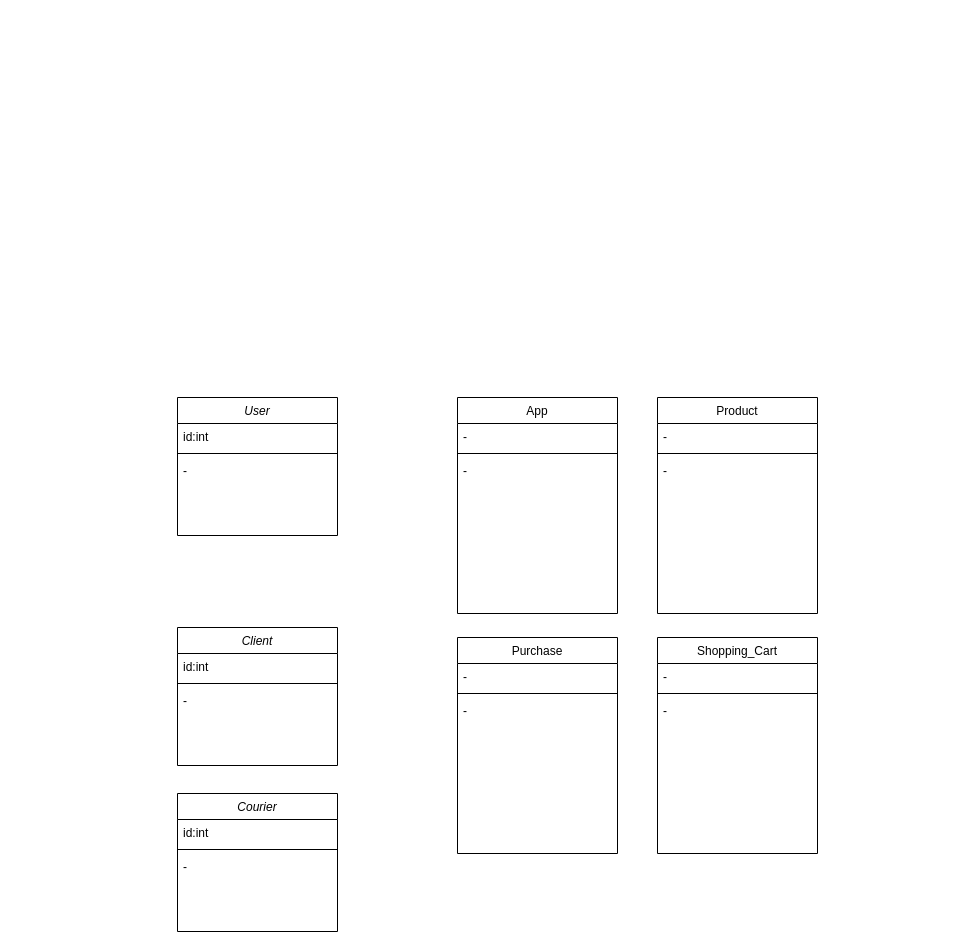
Earlier version of the draw.io diagram class_diagram_delivery_service.drawio (MstislavRomanovski/ProgramIngeneering). Source tidied: cells renumbered, new cells numbered last; positions are measured from the earlier drawing's top-left corner, leaving out a move shared by most shapes. Both pictures are drawn from the tidied source at 100%, with x=0, y=0 at pixel (177, 397).
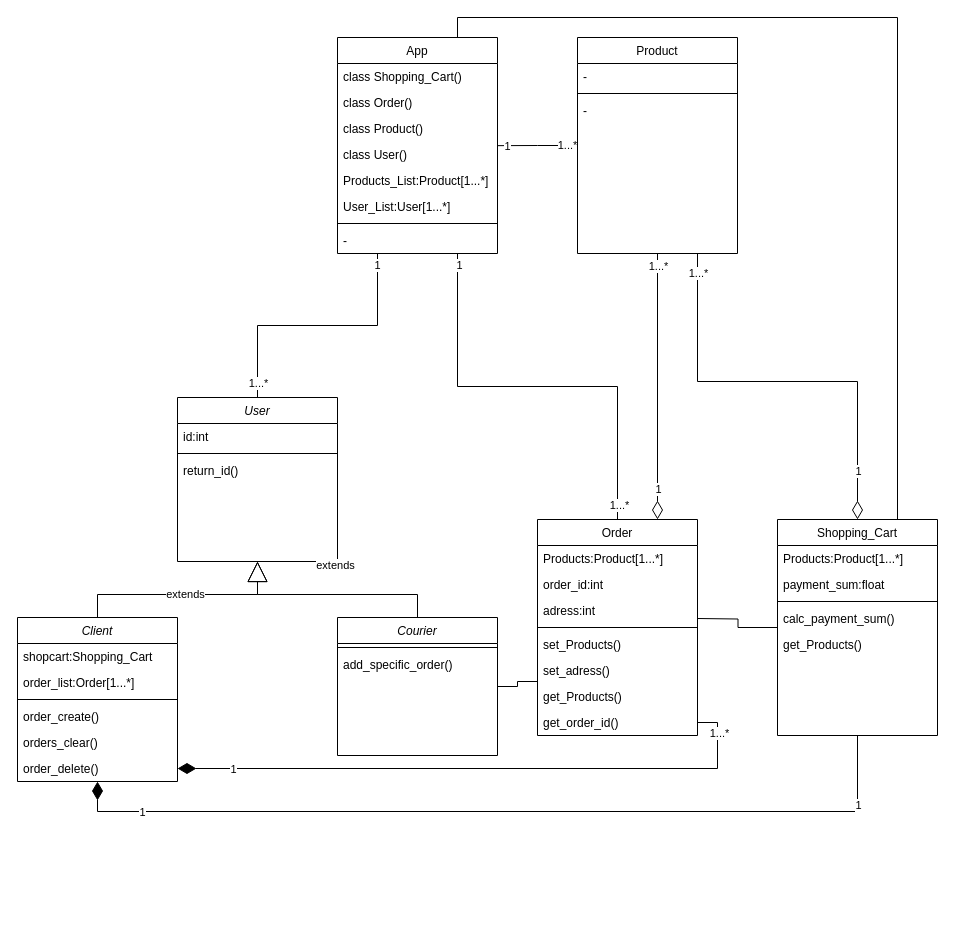
The same diagram, later.

What changed in the source:
```diff
@@
+    <mxCell id="30" style="edgeStyle=orthogonalEdgeStyle;rounded=0;jettySize=auto;html=1;exitX=0.5;exitY=0;exitDx=0;exitDy=0;entryX=0.25;entryY=1;entryDx=0;entryDy=0;endArrow=none;endFill=0;endSize=16;" parent="1" edge="1" source="2" target="6">
+      <mxGeometry relative="1" as="geometry" />
+    </mxCell>
+    <mxCell id="31" value="1" style="edgeLabel;html=1;align=center;verticalAlign=middle;" parent="30" vertex="1">
+      <mxGeometry x="0.92" y="1" relative="1" as="geometry" />
+    </mxCell>
+    <mxCell id="32" value="1...*" style="edgeLabel;html=1;align=center;verticalAlign=middle;" parent="30" vertex="1">
+      <mxGeometry x="-0.89" relative="1" as="geometry" />
+    </mxCell>
     <mxCell id="2" value="User" style="swimlane;fontStyle=2;align=center;verticalAlign=top;horizontal=1;startSize=26;rounded=0;shadow=0;strokeWidth=1;" parent="1" vertex="1">
-      <mxGeometry width="160" height="138" as="geometry" />
+      <mxGeometry width="160" height="164" as="geometry" />
     </mxCell>
@@
-    <mxCell id="5" value="-" style="text;align=left;verticalAlign=top;spacingLeft=4;spacingRight=4;overflow=hidden;" parent="2" vertex="1">
+    <mxCell id="5" value="return_id()" style="text;align=left;verticalAlign=top;spacingLeft=4;spacingRight=4;overflow=hidden;" parent="2" vertex="1">
       <mxGeometry y="60" width="160" height="26" as="geometry" />
     </mxCell>
     <mxCell id="6" value="App" style="swimlane;fontStyle=0;align=center;verticalAlign=top;horizontal=1;startSize=26;rounded=0;shadow=0;strokeWidth=1;" parent="1" vertex="1">
-      <mxGeometry x="280" width="160" height="216" as="geometry" />
+      <mxGeometry x="160" y="-360" width="160" height="216" as="geometry" />
     </mxCell>
+    <mxCell id="33" value="class Shopping_Cart()" style="text;align=left;verticalAlign=top;spacingLeft=4;spacingRight=4;overflow=hidden;" parent="6" vertex="1">
+      <mxGeometry y="26" width="160" height="26" as="geometry" />
+    </mxCell>
-    <mxCell id="7" value="-" style="text;align=left;verticalAlign=top;spacingLeft=4;spacingRight=4;overflow=hidden;rounded=0;shadow=0;html=0;" parent="6" vertex="1">
-      <mxGeometry y="26" width="160" height="26" as="geometry" />
+    <mxCell id="7" value="class Order()" style="text;align=left;verticalAlign=top;spacingLeft=4;spacingRight=4;overflow=hidden;rounded=0;shadow=0;html=0;" parent="6" vertex="1">
+      <mxGeometry y="52" width="160" height="26" as="geometry" />
     </mxCell>
+    <mxCell id="34" value="class Product()" style="text;align=left;verticalAlign=top;spacingLeft=4;spacingRight=4;overflow=hidden;rounded=0;shadow=0;html=0;" parent="6" vertex="1">
+      <mxGeometry y="78" width="160" height="26" as="geometry" />
+    </mxCell>
+    <mxCell id="35" value="class User()" style="text;align=left;verticalAlign=top;spacingLeft=4;spacingRight=4;overflow=hidden;points=[[0,0.5],[1,0.5]];portConstraint=eastwest;rounded=0;shadow=0;html=0;" parent="6" vertex="1">
+      <mxGeometry y="104" width="160" height="26" as="geometry" />
+    </mxCell>
+    <mxCell id="36" value="Products_List:Product[1...*]" style="text;align=left;verticalAlign=top;spacingLeft=4;spacingRight=4;overflow=hidden;rounded=0;shadow=0;html=0;" parent="6" vertex="1">
+      <mxGeometry y="130" width="160" height="26" as="geometry" />
+    </mxCell>
+    <mxCell id="37" value="User_List:User[1...*]" style="text;align=left;verticalAlign=top;spacingLeft=4;spacingRight=4;overflow=hidden;rounded=0;shadow=0;html=0;" parent="6" vertex="1">
+      <mxGeometry y="156" width="160" height="26" as="geometry" />
+    </mxCell>
     <mxCell id="8" style="line;html=1;strokeWidth=1;align=left;verticalAlign=middle;spacingTop=-1;spacingLeft=3;spacingRight=3;labelPosition=right;" parent="6" vertex="1">
-      <mxGeometry y="52" width="160" height="8" as="geometry" />
+      <mxGeometry y="182" width="160" height="8" as="geometry" />
     </mxCell>
     <mxCell id="9" value="-" style="text;align=left;verticalAlign=top;spacingLeft=4;spacingRight=4;overflow=hidden;" parent="6" vertex="1">
-      <mxGeometry y="60" width="160" height="26" as="geometry" />
+      <mxGeometry y="190" width="160" height="26" as="geometry" />
     </mxCell>
+    <mxCell id="38" style="edgeStyle=orthogonalEdgeStyle;rounded=0;jettySize=auto;html=1;exitX=0.5;exitY=0;exitDx=0;exitDy=0;entryX=0.5;entryY=1;entryDx=0;entryDy=0;endArrow=block;endFill=0;endSize=18;" parent="1" edge="1" source="10" target="2">
+      <mxGeometry relative="1" as="geometry" />
+    </mxCell>
+    <mxCell id="39" value="extends" style="edgeLabel;html=1;align=center;verticalAlign=middle;" parent="38" vertex="1">
+      <mxGeometry x="0.02" y="1" relative="1" as="geometry" />
+    </mxCell>
     <mxCell id="10" value="Client" style="swimlane;fontStyle=2;align=center;verticalAlign=top;horizontal=1;startSize=26;rounded=0;shadow=0;strokeWidth=1;" parent="1" vertex="1">
-      <mxGeometry y="230" width="160" height="138" as="geometry" />
+      <mxGeometry x="-160" y="220" width="160" height="164" as="geometry" />
     </mxCell>
-    <mxCell id="11" value="id:int" style="text;align=left;verticalAlign=top;spacingLeft=4;spacingRight=4;overflow=hidden;rounded=0;shadow=0;html=0;" parent="10" vertex="1">
-      <mxGeometry y="26" width="160" height="26" as="geometry" />
-    </mxCell>
+    <mxCell id="40" value="shopcart:Shopping_Cart" style="text;align=left;verticalAlign=top;spacingLeft=4;spacingRight=4;overflow=hidden;" parent="10" vertex="1">
+      <mxGeometry y="26" width="160" height="26" as="geometry" />
+    </mxCell>
+    <mxCell id="41" value="order_list:Order[1...*]" style="text;align=left;verticalAlign=top;spacingLeft=4;spacingRight=4;overflow=hidden;rounded=0;shadow=0;html=0;" parent="10" vertex="1">
+      <mxGeometry y="52" width="160" height="26" as="geometry" />
+    </mxCell>
     <mxCell id="12" style="line;html=1;strokeWidth=1;align=left;verticalAlign=middle;spacingTop=-1;spacingLeft=3;spacingRight=3;labelPosition=right;" parent="10" vertex="1">
-      <mxGeometry y="52" width="160" height="8" as="geometry" />
+      <mxGeometry y="78" width="160" height="8" as="geometry" />
     </mxCell>
-    <mxCell id="13" value="-" style="text;align=left;verticalAlign=top;spacingLeft=4;spacingRight=4;overflow=hidden;" parent="10" vertex="1">
-      <mxGeometry y="60" width="160" height="26" as="geometry" />
-    </mxCell>
+    <mxCell id="42" value="order_create()" style="text;align=left;verticalAlign=top;spacingLeft=4;spacingRight=4;overflow=hidden;" parent="10" vertex="1">
+      <mxGeometry y="86" width="160" height="26" as="geometry" />
+    </mxCell>
+    <mxCell id="43" value="orders_clear()" style="text;align=left;verticalAlign=top;spacingLeft=4;spacingRight=4;overflow=hidden;" parent="10" vertex="1">
+      <mxGeometry y="112" width="160" height="26" as="geometry" />
+    </mxCell>
+    <mxCell id="17" value="order_delete()" style="text;align=left;verticalAlign=top;spacingLeft=4;spacingRight=4;overflow=hidden;points=[[0,0.5],[1,0.5]];portConstraint=eastwest;" parent="10" vertex="1">
+      <mxGeometry y="138" width="160" height="26" as="geometry" />
+    </mxCell>
+    <mxCell id="44" style="edgeStyle=orthogonalEdgeStyle;rounded=0;jettySize=auto;html=1;exitX=0.5;exitY=0;exitDx=0;exitDy=0;entryX=0.5;entryY=1;entryDx=0;entryDy=0;endArrow=block;endFill=0;endSize=18;" parent="1" edge="1" source="14" target="2">
+      <mxGeometry relative="1" as="geometry" />
+    </mxCell>
     <mxCell id="14" value="Courier" style="swimlane;fontStyle=2;align=center;verticalAlign=top;horizontal=1;startSize=26;rounded=0;shadow=0;strokeWidth=1;" parent="1" vertex="1">
-      <mxGeometry y="396" width="160" height="138" as="geometry" />
+      <mxGeometry x="160" y="220" width="160" height="138" as="geometry" />
     </mxCell>
-    <mxCell id="15" value="id:int" style="text;align=left;verticalAlign=top;spacingLeft=4;spacingRight=4;overflow=hidden;rounded=0;shadow=0;html=0;" parent="14" vertex="1">
-      <mxGeometry y="26" width="160" height="26" as="geometry" />
-    </mxCell>
     <mxCell id="16" style="line;html=1;strokeWidth=1;align=left;verticalAlign=middle;spacingTop=-1;spacingLeft=3;spacingRight=3;labelPosition=right;" parent="14" vertex="1">
-      <mxGeometry y="52" width="160" height="8" as="geometry" />
+      <mxGeometry y="26" width="160" height="8" as="geometry" />
     </mxCell>
-    <mxCell id="17" value="-" style="text;align=left;verticalAlign=top;spacingLeft=4;spacingRight=4;overflow=hidden;points=[[0,0.5],[1,0.5]];portConstraint=eastwest;" parent="14" vertex="1">
-      <mxGeometry y="60" width="160" height="26" as="geometry" />
-    </mxCell>
+    <mxCell id="45" value="add_specific_order()" style="text;align=left;verticalAlign=top;spacingLeft=4;spacingRight=4;overflow=hidden;" parent="14" vertex="1">
+      <mxGeometry y="34" width="160" height="26" as="geometry" />
+    </mxCell>
+    <mxCell id="46" style="edgeStyle=orthogonalEdgeStyle;rounded=0;jettySize=auto;html=1;exitX=0.5;exitY=0;exitDx=0;exitDy=0;entryX=0.75;entryY=1;entryDx=0;entryDy=0;endArrow=none;endFill=0;strokeWidth=1;endSize=16;" parent="1" edge="1" source="18" target="6">
+      <mxGeometry relative="1" as="geometry" />
+    </mxCell>
+    <mxCell id="47" value="1" style="edgeLabel;html=1;align=center;verticalAlign=middle;" parent="46" vertex="1">
+      <mxGeometry x="0.95" y="-1" relative="1" as="geometry" />
+    </mxCell>
+    <mxCell id="48" value="1...*" style="edgeLabel;html=1;align=center;verticalAlign=middle;" parent="46" vertex="1">
+      <mxGeometry x="-0.93" y="-1" relative="1" as="geometry" />
+    </mxCell>
+    <mxCell id="49" style="edgeStyle=orthogonalEdgeStyle;rounded=0;jettySize=auto;html=1;exitX=0.5;exitY=1;exitDx=0;exitDy=0;endArrow=diamondThin;endFill=0;endSize=16;entryX=0.75;entryY=0;entryDx=0;entryDy=0;" parent="1" edge="1" source="26" target="18">
+      <mxGeometry relative="1" as="geometry" />
+    </mxCell>
+    <mxCell id="50" value="1...*" style="edgeLabel;html=1;align=center;verticalAlign=middle;" parent="49" vertex="1">
+      <mxGeometry x="-0.91" relative="1" as="geometry" />
+    </mxCell>
+    <mxCell id="51" value="1" style="edgeLabel;html=1;align=center;verticalAlign=middle;" parent="49" vertex="1">
+      <mxGeometry x="0.77" relative="1" as="geometry" />
+    </mxCell>
+    <mxCell id="52" style="edgeStyle=orthogonalEdgeStyle;rounded=0;jettySize=auto;html=1;exitX=0;exitY=0.75;exitDx=0;exitDy=0;entryX=1;entryY=0.5;entryDx=0;entryDy=0;endArrow=none;endFill=0;" parent="1" edge="1" source="18" target="14">
+      <mxGeometry relative="1" as="geometry" />
+    </mxCell>
-    <mxCell id="18" value="Purchase" style="swimlane;fontStyle=0;align=center;verticalAlign=top;horizontal=1;startSize=26;rounded=0;shadow=0;strokeWidth=1;" parent="1" vertex="1">
-      <mxGeometry x="280" y="240" width="160" height="216" as="geometry" />
+    <mxCell id="18" value="Order" style="swimlane;fontStyle=0;align=center;verticalAlign=top;horizontal=1;startSize=26;rounded=0;shadow=0;strokeWidth=1;" parent="1" vertex="1">
+      <mxGeometry x="360" y="122" width="160" height="216" as="geometry" />
     </mxCell>
+    <mxCell id="53" value="Products:Product[1...*]" style="text;align=left;verticalAlign=top;spacingLeft=4;spacingRight=4;overflow=hidden;rounded=0;shadow=0;html=0;" parent="18" vertex="1">
+      <mxGeometry y="26" width="160" height="26" as="geometry" />
+    </mxCell>
-    <mxCell id="19" value="-" style="text;align=left;verticalAlign=top;spacingLeft=4;spacingRight=4;overflow=hidden;rounded=0;shadow=0;html=0;" parent="18" vertex="1">
-      <mxGeometry y="26" width="160" height="26" as="geometry" />
+    <mxCell id="19" value="order_id:int" style="text;align=left;verticalAlign=top;spacingLeft=4;spacingRight=4;overflow=hidden;rounded=0;shadow=0;html=0;" parent="18" vertex="1">
+      <mxGeometry y="52" width="160" height="26" as="geometry" />
     </mxCell>
+    <mxCell id="54" value="adress:int" style="text;align=left;verticalAlign=top;spacingLeft=4;spacingRight=4;overflow=hidden;rounded=0;shadow=0;html=0;" parent="18" vertex="1">
+      <mxGeometry y="78" width="160" height="26" as="geometry" />
+    </mxCell>
     <mxCell id="20" style="line;html=1;strokeWidth=1;align=left;verticalAlign=middle;spacingTop=-1;spacingLeft=3;spacingRight=3;labelPosition=right;" parent="18" vertex="1">
-      <mxGeometry y="52" width="160" height="8" as="geometry" />
+      <mxGeometry y="104" width="160" height="8" as="geometry" />
     </mxCell>
-    <mxCell id="21" value="-" style="text;align=left;verticalAlign=top;spacingLeft=4;spacingRight=4;overflow=hidden;" parent="18" vertex="1">
-      <mxGeometry y="60" width="160" height="26" as="geometry" />
-    </mxCell>
+    <mxCell id="55" value="set_Products()" style="text;align=left;verticalAlign=top;spacingLeft=4;spacingRight=4;overflow=hidden;" parent="18" vertex="1">
+      <mxGeometry y="112" width="160" height="26" as="geometry" />
+    </mxCell>
+    <mxCell id="56" value="set_adress()" style="text;align=left;verticalAlign=top;spacingLeft=4;spacingRight=4;overflow=hidden;" parent="18" vertex="1">
+      <mxGeometry y="138" width="160" height="26" as="geometry" />
+    </mxCell>
+    <mxCell id="57" value="get_Products()" style="text;align=left;verticalAlign=top;spacingLeft=4;spacingRight=4;overflow=hidden;" parent="18" vertex="1">
+      <mxGeometry y="164" width="160" height="26" as="geometry" />
+    </mxCell>
+    <mxCell id="58" value="get_order_id()" style="text;align=left;verticalAlign=top;spacingLeft=4;spacingRight=4;overflow=hidden;points=[[0,0.5],[1,0.5]];portConstraint=eastwest;" parent="18" vertex="1">
+      <mxGeometry y="190" width="160" height="26" as="geometry" />
+    </mxCell>
+    <mxCell id="59" style="edgeStyle=orthogonalEdgeStyle;rounded=0;jettySize=auto;html=1;exitX=0.5;exitY=1;exitDx=0;exitDy=0;entryX=0.5;entryY=1;entryDx=0;entryDy=0;endArrow=diamondThin;endFill=1;endSize=16;" parent="1" edge="1" source="22" target="10">
+      <mxGeometry relative="1" as="geometry" />
+    </mxCell>
+    <mxCell id="60" value="1" style="edgeLabel;html=1;align=center;verticalAlign=middle;" parent="59" vertex="1">
+      <mxGeometry x="0.83" relative="1" as="geometry" />
+    </mxCell>
+    <mxCell id="61" value="1" style="edgeLabel;html=1;align=center;verticalAlign=middle;" parent="59" vertex="1">
+      <mxGeometry x="-0.84" relative="1" as="geometry" />
+    </mxCell>
+    <mxCell id="62" style="edgeStyle=orthogonalEdgeStyle;rounded=0;jettySize=auto;html=1;exitX=0.75;exitY=0;exitDx=0;exitDy=0;entryX=0.75;entryY=0;entryDx=0;entryDy=0;endArrow=none;endFill=0;" parent="1" edge="1" source="22" target="6">
+      <mxGeometry relative="1" as="geometry" />
+    </mxCell>
     <mxCell id="22" value="Shopping_Cart" style="swimlane;fontStyle=0;align=center;verticalAlign=top;horizontal=1;startSize=26;rounded=0;shadow=0;strokeWidth=1;" parent="1" vertex="1">
-      <mxGeometry x="480" y="240" width="160" height="216" as="geometry" />
+      <mxGeometry x="600" y="122" width="160" height="216" as="geometry" />
     </mxCell>
-    <mxCell id="23" value="-" style="text;align=left;verticalAlign=top;spacingLeft=4;spacingRight=4;overflow=hidden;rounded=0;shadow=0;html=0;" parent="22" vertex="1">
-      <mxGeometry y="26" width="160" height="26" as="geometry" />
-    </mxCell>
+    <mxCell id="63" value="Products:Product[1...*]" style="text;align=left;verticalAlign=top;spacingLeft=4;spacingRight=4;overflow=hidden;rounded=0;shadow=0;html=0;" parent="22" vertex="1">
+      <mxGeometry y="26" width="160" height="26" as="geometry" />
+    </mxCell>
+    <mxCell id="64" value="payment_sum:float" style="text;align=left;verticalAlign=top;spacingLeft=4;spacingRight=4;overflow=hidden;rounded=0;shadow=0;html=0;" parent="22" vertex="1">
+      <mxGeometry y="52" width="160" height="26" as="geometry" />
+    </mxCell>
     <mxCell id="24" style="line;html=1;strokeWidth=1;align=left;verticalAlign=middle;spacingTop=-1;spacingLeft=3;spacingRight=3;labelPosition=right;" parent="22" vertex="1">
-      <mxGeometry y="52" width="160" height="8" as="geometry" />
+      <mxGeometry y="78" width="160" height="8" as="geometry" />
     </mxCell>
-    <mxCell id="25" value="-" style="text;align=left;verticalAlign=top;spacingLeft=4;spacingRight=4;overflow=hidden;" parent="22" vertex="1">
-      <mxGeometry y="60" width="160" height="26" as="geometry" />
+    <mxCell id="25" value="calc_payment_sum()" style="text;align=left;verticalAlign=top;spacingLeft=4;spacingRight=4;overflow=hidden;" parent="22" vertex="1">
+      <mxGeometry y="86" width="160" height="26" as="geometry" />
     </mxCell>
+    <mxCell id="65" value="get_Products()" style="text;align=left;verticalAlign=top;spacingLeft=4;spacingRight=4;overflow=hidden;" parent="22" vertex="1">
+      <mxGeometry y="112" width="160" height="26" as="geometry" />
+    </mxCell>
     <mxCell id="26" value="Product" style="swimlane;fontStyle=0;align=center;verticalAlign=top;horizontal=1;startSize=26;rounded=0;shadow=0;strokeWidth=1;" parent="1" vertex="1">
-      <mxGeometry x="480" width="160" height="216" as="geometry" />
+      <mxGeometry x="400" y="-360" width="160" height="216" as="geometry" />
     </mxCell>
@@
+    <mxCell id="66" value="extends" style="edgeLabel;html=1;align=center;verticalAlign=middle;" parent="1" vertex="1">
+      <mxGeometry x="12.1" y="178" as="geometry">
+        <mxPoint x="145" y="-11" as="offset" />
+      </mxGeometry>
+    </mxCell>
+    <mxCell id="67" style="edgeStyle=orthogonalEdgeStyle;rounded=0;jettySize=auto;html=1;entryX=1;entryY=0.5;entryDx=0;entryDy=0;endArrow=diamondThin;endFill=1;endSize=16;exitX=1;exitY=0.5;exitDx=0;exitDy=0;" parent="1" edge="1" source="58" target="17">
+      <mxGeometry relative="1" as="geometry" />
+    </mxCell>
+    <mxCell id="68" value="1" style="edgeLabel;html=1;align=center;verticalAlign=middle;" parent="67" vertex="1">
+      <mxGeometry x="0.82" relative="1" as="geometry" />
+    </mxCell>
+    <mxCell id="69" value="1...*" style="edgeLabel;html=1;align=center;verticalAlign=middle;" parent="67" vertex="1">
+      <mxGeometry x="-0.9" y="1" relative="1" as="geometry" />
+    </mxCell>
+    <mxCell id="70" style="edgeStyle=orthogonalEdgeStyle;rounded=0;jettySize=auto;html=1;exitX=0;exitY=0.5;exitDx=0;exitDy=0;entryX=1;entryY=0.16;entryDx=0;entryDy=0;entryPerimeter=0;endArrow=none;endFill=0;" parent="1" edge="1" source="26" target="35">
+      <mxGeometry relative="1" as="geometry" />
+    </mxCell>
+    <mxCell id="71" value="1" style="edgeLabel;html=1;align=center;verticalAlign=middle;" parent="70" vertex="1">
+      <mxGeometry x="0.77" relative="1" as="geometry" />
+    </mxCell>
+    <mxCell id="72" value="1...*" style="edgeLabel;html=1;align=center;verticalAlign=middle;" parent="70" vertex="1">
+      <mxGeometry x="-0.73" y="-1" relative="1" as="geometry" />
+    </mxCell>
+    <mxCell id="73" style="edgeStyle=orthogonalEdgeStyle;rounded=0;jettySize=auto;html=1;endArrow=diamondThin;endFill=0;endSize=16;entryX=0.5;entryY=0;entryDx=0;entryDy=0;exitX=0.75;exitY=1;exitDx=0;exitDy=0;" parent="1" edge="1" source="26" target="22">
+      <mxGeometry relative="1" as="geometry" />
+    </mxCell>
+    <mxCell id="74" value="1...*" style="edgeLabel;html=1;align=center;verticalAlign=middle;" parent="73" vertex="1">
+      <mxGeometry x="-0.91" relative="1" as="geometry" />
+    </mxCell>
+    <mxCell id="75" value="1" style="edgeLabel;html=1;align=center;verticalAlign=middle;" parent="73" vertex="1">
+      <mxGeometry x="0.77" relative="1" as="geometry" />
+    </mxCell>
+    <mxCell id="76" style="edgeStyle=orthogonalEdgeStyle;rounded=0;jettySize=auto;html=1;exitX=1;exitY=0.5;exitDx=0;exitDy=0;endArrow=none;endFill=0;entryX=0;entryY=0.5;entryDx=0;entryDy=0;" parent="1" edge="1" target="22">
+      <mxGeometry relative="1" as="geometry">
+        <mxPoint x="520" y="221" as="sourcePoint" />
+      </mxGeometry>
+    </mxCell>
```
